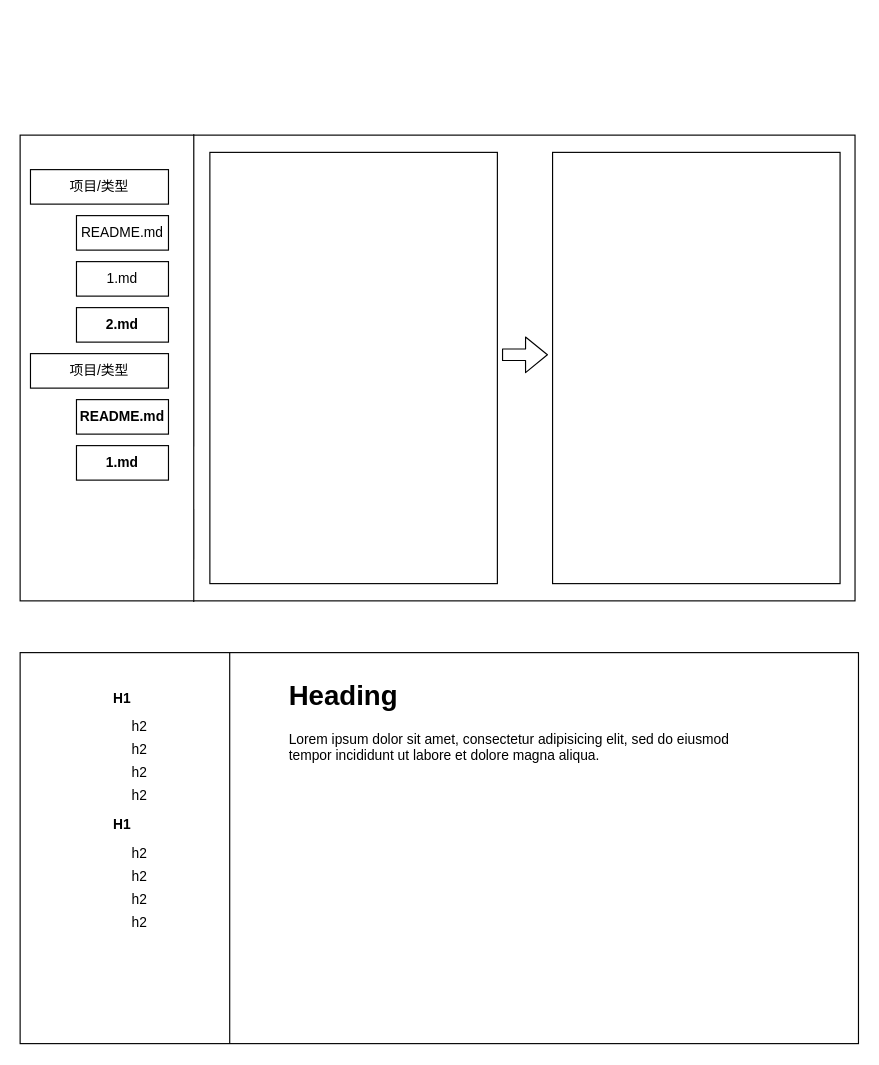
Before: markdown.drawio in meterXu/drawiofile, a draw.io diagram. Source tidied: cells renumbered, new cells numbered last; positions are measured from the earlier drawing's top-left corner, leaving out a move shared by most shapes. Both pictures are drawn from the tidied source at 115%, with x=0, y=0 at pixel (20, 135).
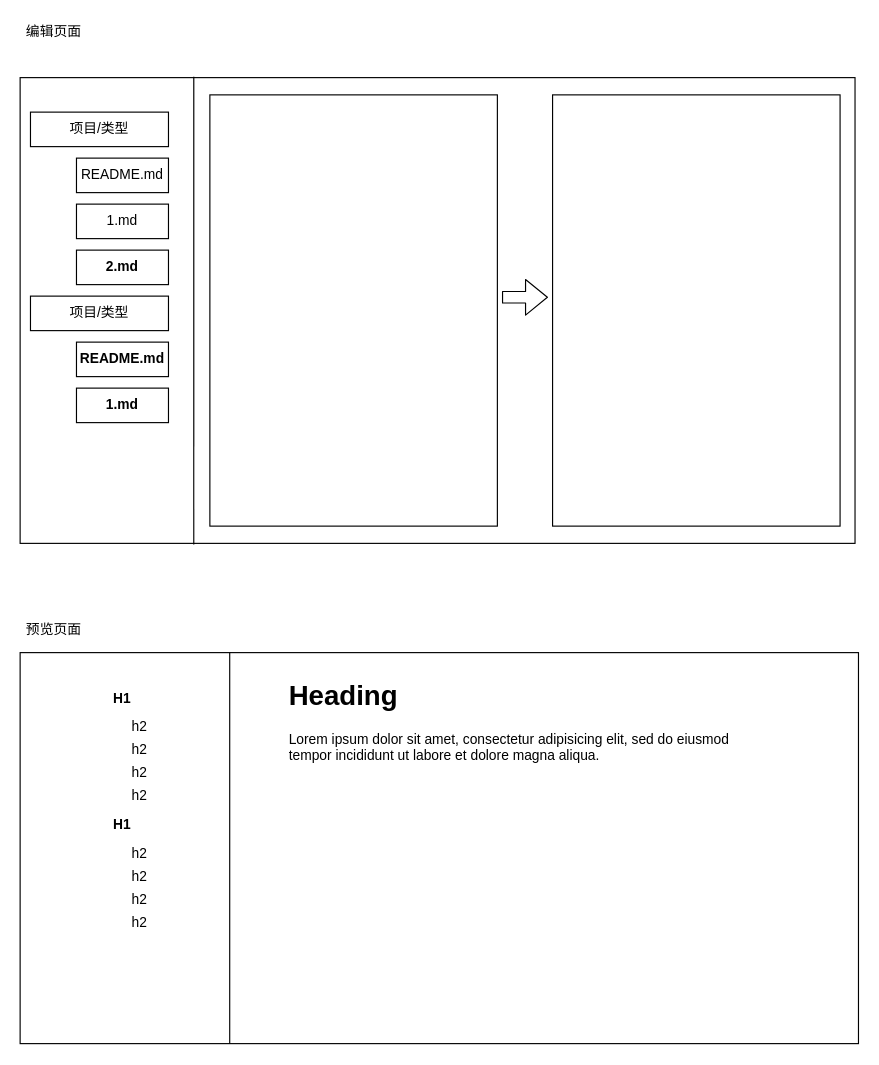
The same page after the edit.

The edit, as a diff of the source:
```diff
@@
     <mxCell id="2" style="whiteSpace=wrap;html=1;" parent="1" vertex="1">
-      <mxGeometry width="726" height="405" as="geometry" />
+      <mxGeometry y="-50" width="726" height="405" as="geometry" />
     </mxCell>
     <mxCell id="3" style="endArrow=none;html=1;entryX=0.208;entryY=-0.002;entryDx=0;entryDy=0;entryPerimeter=0;" parent="1" edge="1" target="2">
       <mxGeometry relative="1" as="geometry">
-        <mxPoint x="151" y="406" as="sourcePoint" />
+        <mxPoint x="151" y="356" as="sourcePoint" />
       </mxGeometry>
     </mxCell>
     <mxCell id="4" value="项目/类型" style="rounded=0;whiteSpace=wrap;html=1;" parent="1" vertex="1">
-      <mxGeometry x="9" y="30" width="120" height="30" as="geometry" />
+      <mxGeometry x="9" y="-20" width="120" height="30" as="geometry" />
     </mxCell>
     <mxCell id="5" value="README.md" style="rounded=0;whiteSpace=wrap;html=1;" parent="1" vertex="1">
-      <mxGeometry x="49" y="70" width="80" height="30" as="geometry" />
+      <mxGeometry x="49" y="20" width="80" height="30" as="geometry" />
     </mxCell>
     <mxCell id="6" value="1.md" style="rounded=0;whiteSpace=wrap;html=1;" parent="1" vertex="1">
-      <mxGeometry x="49" y="110" width="80" height="30" as="geometry" />
+      <mxGeometry x="49" y="60" width="80" height="30" as="geometry" />
     </mxCell>
     <mxCell id="7" value="2.md" style="rounded=0;whiteSpace=wrap;html=1;fontStyle=1;" parent="1" vertex="1">
-      <mxGeometry x="49" y="150" width="80" height="30" as="geometry" />
+      <mxGeometry x="49" y="100" width="80" height="30" as="geometry" />
     </mxCell>
     <mxCell id="8" value="&lt;span&gt;项目/类型&lt;/span&gt;" style="rounded=0;whiteSpace=wrap;html=1;" parent="1" vertex="1">
-      <mxGeometry x="9" y="190" width="120" height="30" as="geometry" />
+      <mxGeometry x="9" y="140" width="120" height="30" as="geometry" />
     </mxCell>
     <mxCell id="9" value="README.md" style="rounded=0;whiteSpace=wrap;html=1;fontStyle=1;" parent="1" vertex="1">
-      <mxGeometry x="49" y="230" width="80" height="30" as="geometry" />
+      <mxGeometry x="49" y="180" width="80" height="30" as="geometry" />
     </mxCell>
     <mxCell id="10" value="1.md" style="rounded=0;whiteSpace=wrap;html=1;fontStyle=1;" parent="1" vertex="1">
-      <mxGeometry x="49" y="270" width="80" height="30" as="geometry" />
+      <mxGeometry x="49" y="220" width="80" height="30" as="geometry" />
     </mxCell>
     <mxCell id="11" style="rounded=0;whiteSpace=wrap;html=1;" parent="1" vertex="1">
-      <mxGeometry x="165" y="15" width="250" height="375" as="geometry" />
+      <mxGeometry x="165" y="-35" width="250" height="375" as="geometry" />
     </mxCell>
     <mxCell id="12" style="rounded=0;whiteSpace=wrap;html=1;" parent="1" vertex="1">
-      <mxGeometry x="463" y="15" width="250" height="375" as="geometry" />
+      <mxGeometry x="463" y="-35" width="250" height="375" as="geometry" />
     </mxCell>
     <mxCell id="13" style="shape=flexArrow;endArrow=classic;html=1;" parent="1" edge="1">
       <mxGeometry relative="1" as="geometry">
-        <mxPoint x="419" y="191" as="sourcePoint" />
-        <mxPoint x="459" y="191" as="targetPoint" />
+        <mxPoint x="419" y="141" as="sourcePoint" />
+        <mxPoint x="459" y="141" as="targetPoint" />
       </mxGeometry>
     </mxCell>
@@
+    <mxCell id="27" value="编辑页面" style="text;html=1;strokeColor=none;fillColor=none;align=center;verticalAlign=middle;whiteSpace=wrap;rounded=0;" parent="1" vertex="1">
+      <mxGeometry y="-100" width="59" height="20" as="geometry" />
+    </mxCell>
+    <mxCell id="28" value="预览页面" style="text;html=1;strokeColor=none;fillColor=none;align=center;verticalAlign=middle;whiteSpace=wrap;rounded=0;" parent="1" vertex="1">
+      <mxGeometry y="420" width="59" height="20" as="geometry" />
+    </mxCell>
```
